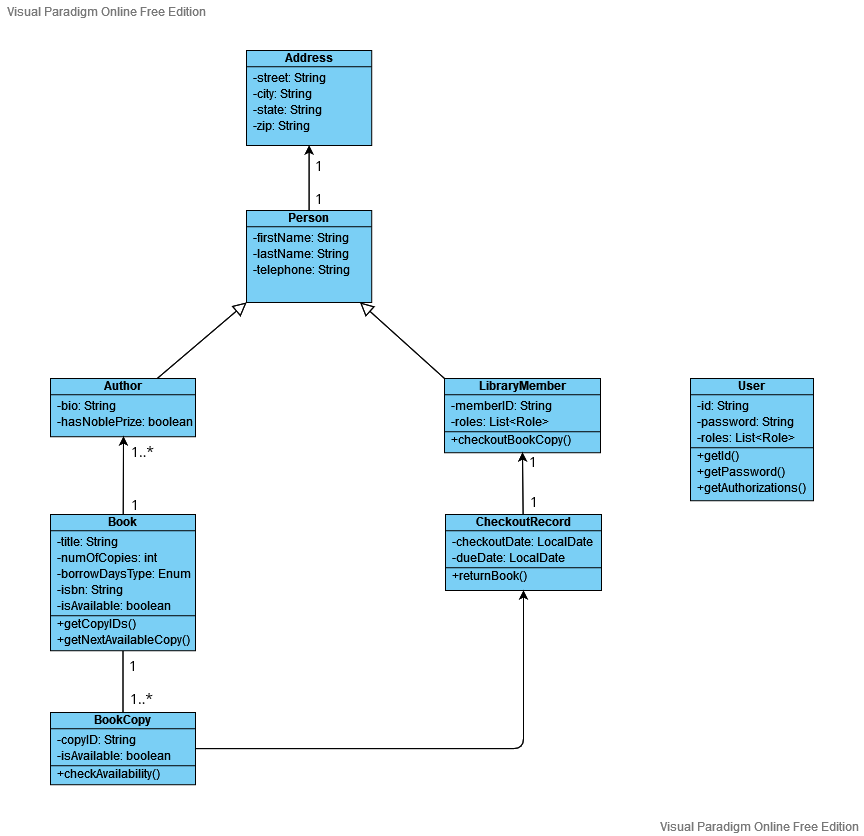
Before: docs/class_diagram.png, a diagram exported from draw.io (alih107/mpp_project_group1). Source tidied: cells renumbered, new cells last; positions are measured from the earlier drawing's top-left corner, leaving out a move shared by most shapes.
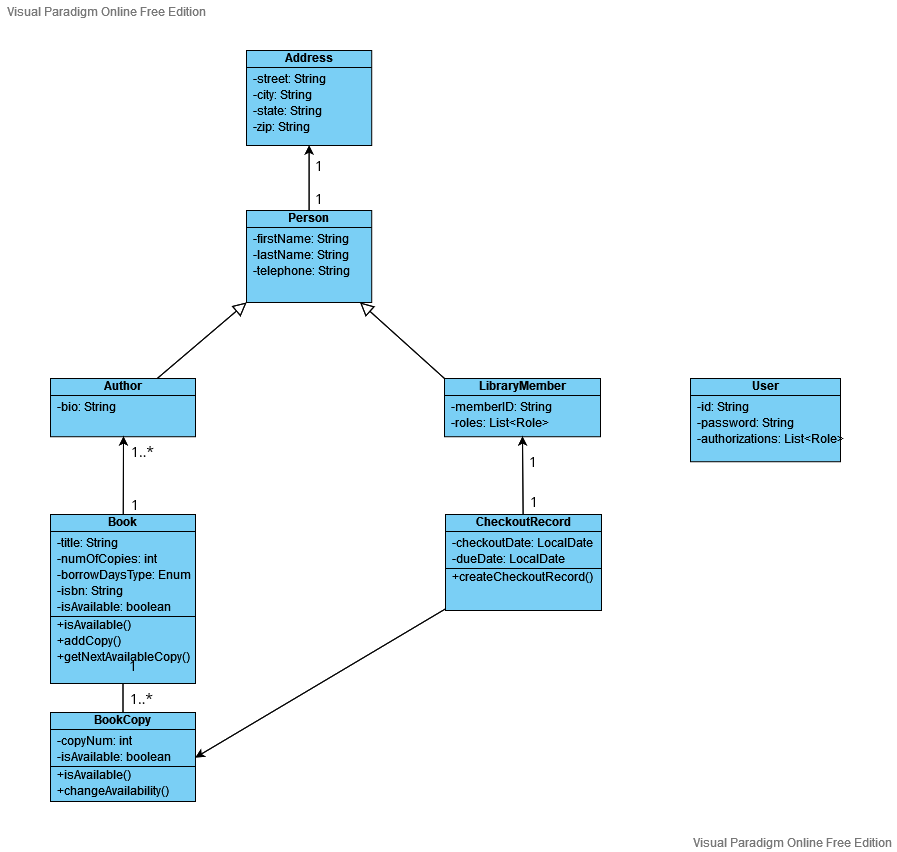
Above is the later version.

The edit, as a diff of the source:
```diff
@@ -2,10 +2,10 @@
   <root>
     <mxCell id="0" />
     <mxCell id="1" parent="0" />
-    <mxCell id="2" value="Address" style="shape=8jwEE;fillColor=#7ACFF5;verticalAlign=top;spacingTop=-6;" parent="1" vertex="1">
+    <mxCell id="2" value="Address" style="shape=sSe77;fillColor=#7ACFF5;verticalAlign=top;spacingTop=-6;" parent="1" vertex="1">
       <mxGeometry x="196" width="125.2" height="95" as="geometry" />
     </mxCell>
-    <mxCell id="3" value="Person" style="shape=8jwEE;fillColor=#7ACFF5;verticalAlign=top;spacingTop=-6;" parent="1" vertex="1">
+    <mxCell id="3" value="Person" style="shape=sSe77;fillColor=#7ACFF5;verticalAlign=top;spacingTop=-6;" parent="1" vertex="1">
       <mxGeometry x="196" y="160" width="125.2" height="92" as="geometry" />
     </mxCell>
     <mxCell id="4" style="rounded=1;" parent="1" edge="1" source="3" target="2">
@@ -17,41 +17,41 @@
     <mxCell id="6" value="&lt;font style=&quot;font-size: 14px&quot;&gt;1&lt;/font&gt;" style="text;html=1;align=center;verticalAlign=top;fontFamily=Open Sans;FType=g;fontSize=14;fontStyle=0;lineHeight=1.2;whiteSpace=wrap;" parent="1" vertex="1">
       <mxGeometry x="263" y="99.9" width="12" height="25" as="geometry" />
     </mxCell>
-    <mxCell id="7" value="Author" style="shape=8jwEE;fillColor=#7ACFF5;verticalAlign=top;spacingTop=-6;" parent="1" vertex="1">
+    <mxCell id="7" value="Author" style="shape=sSe77;fillColor=#7ACFF5;verticalAlign=top;spacingTop=-6;" parent="1" vertex="1">
       <mxGeometry y="328" width="145" height="58.2" as="geometry" />
     </mxCell>
-    <mxCell id="8" value="LibraryMember" style="shape=8jwEE;fillColor=#7ACFF5;verticalAlign=top;spacingTop=-6;" parent="1" vertex="1">
-      <mxGeometry x="394" y="328" width="156" height="74.2" as="geometry" />
+    <mxCell id="8" value="LibraryMember" style="shape=sSe77;fillColor=#7ACFF5;verticalAlign=top;spacingTop=-6;" parent="1" vertex="1">
+      <mxGeometry x="394" y="328" width="156" height="58.2" as="geometry" />
     </mxCell>
+    <mxCell id="25" style="shape=ZCdCBeSrpe3rEd;rounded=1;exitX=0;exitY=1;exitDx=0;exitDy=0;" parent="1" edge="1" source="3" target="7">
+      <mxGeometry relative="1" as="geometry" />
+    </mxCell>
+    <mxCell id="10" style="shape=ZCdCBeSrpe3rEd;entryX=0;entryY=0;entryDx=0;entryDy=0;rounded=1;" parent="1" edge="1" source="3" target="8">
+      <mxGeometry relative="1" as="geometry" />
+    </mxCell>
-    <mxCell id="9" style="shape=GlIlJwjzNwez4I;rounded=1;exitX=0;exitY=1;exitDx=0;exitDy=0;" parent="1" edge="1" source="3" target="7">
-      <mxGeometry relative="1" as="geometry" />
+    <mxCell id="9" value="Book" style="shape=sSe77;fillColor=#7ACFF5;verticalAlign=top;spacingTop=-6;" parent="1" vertex="1">
+      <mxGeometry y="464" width="145" height="169" as="geometry" />
     </mxCell>
-    <mxCell id="10" style="shape=GlIlJwjzNwez4I;entryX=0;entryY=0;entryDx=0;entryDy=0;rounded=1;" parent="1" edge="1" source="3" target="8">
-      <mxGeometry relative="1" as="geometry" />
-    </mxCell>
-    <mxCell id="11" value="Book" style="shape=8jwEE;fillColor=#7ACFF5;verticalAlign=top;spacingTop=-6;" parent="1" vertex="1">
-      <mxGeometry y="464" width="145" height="136.2" as="geometry" />
-    </mxCell>
+    <mxCell id="26" style="entryX=0.5;entryY=1;entryDx=0;entryDy=0;rounded=1;" parent="1" edge="1" source="9" target="7">
+      <mxGeometry relative="1" as="geometry" />
+    </mxCell>
-    <mxCell id="12" style="entryX=0.5;entryY=1;entryDx=0;entryDy=0;rounded=1;" parent="1" edge="1" source="11" target="7">
-      <mxGeometry relative="1" as="geometry" />
+    <mxCell id="12" value="&lt;font style=&quot;font-size: 14px&quot;&gt;1&lt;/font&gt;" style="text;html=1;align=center;verticalAlign=top;fontFamily=Open Sans;FType=g;fontSize=14;fontStyle=0;lineHeight=1.2;whiteSpace=wrap;" parent="1" vertex="1">
+      <mxGeometry x="79" y="439" width="12" height="25" as="geometry" />
     </mxCell>
-    <mxCell id="13" value="&lt;font style=&quot;font-size: 14px&quot;&gt;1&lt;/font&gt;" style="text;html=1;align=center;verticalAlign=top;fontFamily=Open Sans;FType=g;fontSize=14;fontStyle=0;lineHeight=1.2;whiteSpace=wrap;" parent="1" vertex="1">
-      <mxGeometry x="79" y="439" width="12" height="25" as="geometry" />
+    <mxCell id="13" value="&lt;font style=&quot;font-size: 14px&quot;&gt;1&lt;/font&gt;..*" style="text;html=1;align=center;verticalAlign=top;fontFamily=Open Sans;FType=g;fontSize=14;fontStyle=0;lineHeight=1.2;whiteSpace=wrap;" parent="1" vertex="1">
+      <mxGeometry x="76" y="386.2" width="33" height="25" as="geometry" />
     </mxCell>
-    <mxCell id="14" value="&lt;font style=&quot;font-size: 14px&quot;&gt;1&lt;/font&gt;..*" style="text;html=1;align=center;verticalAlign=top;points=[];fontFamily=Open Sans;FType=g;fontSize=14;fontStyle=0;lineHeight=1.2;whiteSpace=wrap;" parent="1" vertex="1">
-      <mxGeometry x="76" y="386.2" width="33" height="25" as="geometry" />
+    <mxCell id="14" value="BookCopy" style="shape=sSe77;fillColor=#7ACFF5;verticalAlign=top;spacingTop=-6;" parent="1" vertex="1">
+      <mxGeometry y="662" width="145" height="89" as="geometry" />
     </mxCell>
-    <mxCell id="15" value="BookCopy" style="shape=8jwEE;fillColor=#7ACFF5;verticalAlign=top;spacingTop=-6;" parent="1" vertex="1">
-      <mxGeometry y="662" width="145" height="72.2" as="geometry" />
-    </mxCell>
     <mxCell id="16" value="&lt;font style=&quot;font-size: 14px&quot;&gt;1&lt;/font&gt;" style="text;html=1;align=center;verticalAlign=top;fontFamily=Open Sans;FType=g;fontSize=14;fontStyle=0;lineHeight=1.2;whiteSpace=wrap;" parent="1" vertex="1">
       <mxGeometry x="77" y="600.2" width="12" height="25" as="geometry" />
     </mxCell>
     <mxCell id="17" value="&lt;font style=&quot;font-size: 14px&quot;&gt;1&lt;/font&gt;..*" style="text;html=1;align=center;verticalAlign=top;fontFamily=Open Sans;FType=g;fontSize=14;fontStyle=0;lineHeight=1.2;whiteSpace=wrap;" parent="1" vertex="1">
       <mxGeometry x="75" y="633" width="33" height="25" as="geometry" />
     </mxCell>
-    <mxCell id="18" value="CheckoutRecord" style="shape=8jwEE;fillColor=#7ACFF5;verticalAlign=top;spacingTop=-6;" parent="1" vertex="1">
-      <mxGeometry x="395" y="464" width="156" height="76" as="geometry" />
+    <mxCell id="18" value="CheckoutRecord" style="shape=sSe77;fillColor=#7ACFF5;verticalAlign=top;spacingTop=-6;" parent="1" vertex="1">
+      <mxGeometry x="395" y="464" width="156" height="96" as="geometry" />
     </mxCell>
     <mxCell id="19" style="entryX=0.5;entryY=1;entryDx=0;entryDy=0;rounded=1;" parent="1" edge="1" source="18" target="8">
       <mxGeometry relative="1" as="geometry" />
@@ -62,14 +62,14 @@
     <mxCell id="21" value="&lt;font style=&quot;font-size: 14px&quot;&gt;1&lt;/font&gt;" style="text;html=1;align=center;verticalAlign=top;fontFamily=Open Sans;FType=g;fontSize=14;fontStyle=0;lineHeight=1.2;whiteSpace=wrap;" parent="1" vertex="1">
       <mxGeometry x="478" y="436" width="12" height="25" as="geometry" />
     </mxCell>
-    <mxCell id="22" style="shape=0EE4szwez4I;rounded=1;startArrow=none;startFill=0;" parent="1" edge="1" source="15" target="11">
+    <mxCell id="22" style="shape=t77Efre3rEd;rounded=1;startArrow=none;startFill=0;" parent="1" edge="1" source="14" target="9">
       <mxGeometry relative="1" as="geometry" />
     </mxCell>
-    <mxCell id="23" value="User" style="shape=8jwEE;fillColor=#7ACFF5;verticalAlign=top;spacingTop=-6;" parent="1" vertex="1">
-      <mxGeometry x="640" y="328" width="123" height="122.2" as="geometry" />
+    <mxCell id="23" value="User" style="shape=sSe77;fillColor=#7ACFF5;verticalAlign=top;spacingTop=-6;" parent="1" vertex="1">
+      <mxGeometry x="640" y="328" width="150" height="83.2" as="geometry" />
     </mxCell>
-    <mxCell id="24" style="edgeStyle=orthogonalEdgeStyle;rounded=1;" parent="1" edge="1" source="15" target="18">
-      <mxGeometry relative="1" as="geometry" />
-    </mxCell>
+    <mxCell id="27" style="entryX=1;entryY=0.5;entryDx=0;entryDy=0;rounded=1;" parent="1" edge="1" source="18" target="14">
+      <mxGeometry relative="1" as="geometry" />
+    </mxCell>
   </root>
 </mxGraphModel>
```
